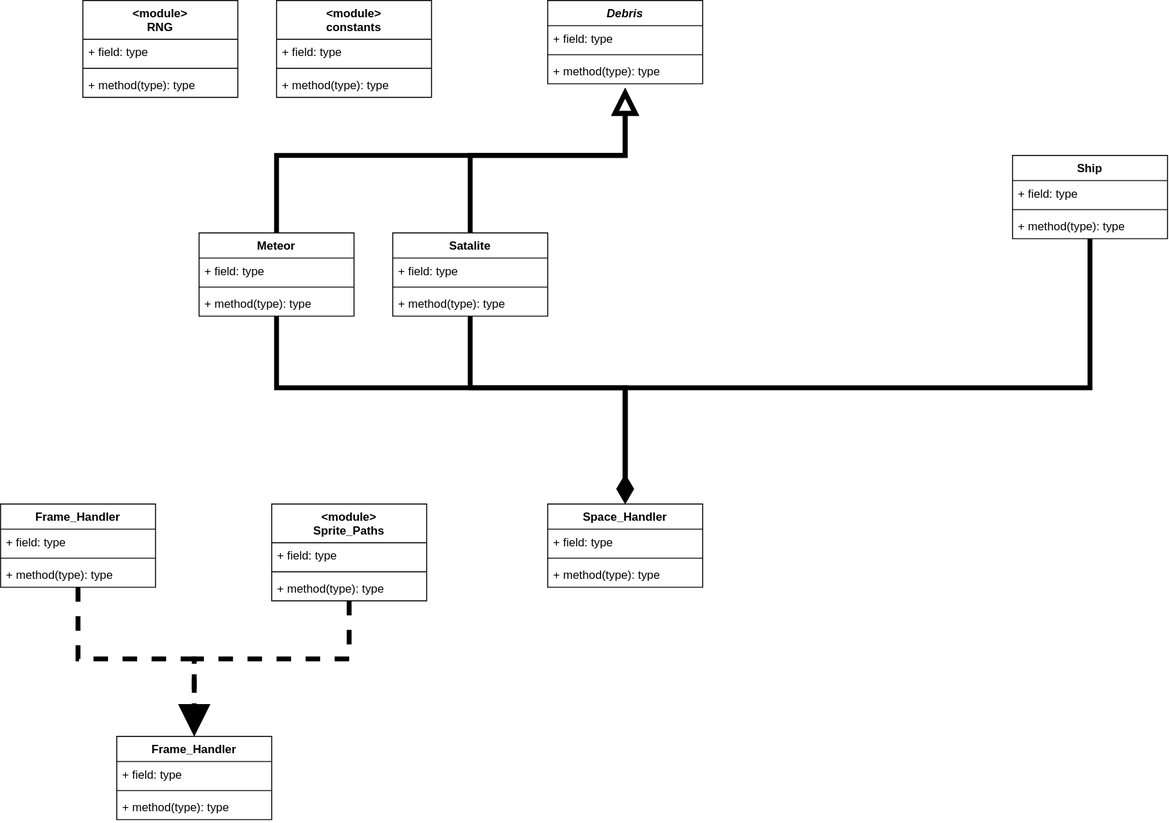
Above: UML.drawio.svg in CodyPassino/Space-Janitor (draw.io), before the change. Source tidied: cells renumbered, new cells last; positions are measured from the earlier drawing's top-left corner, leaving out a move shared by most shapes.
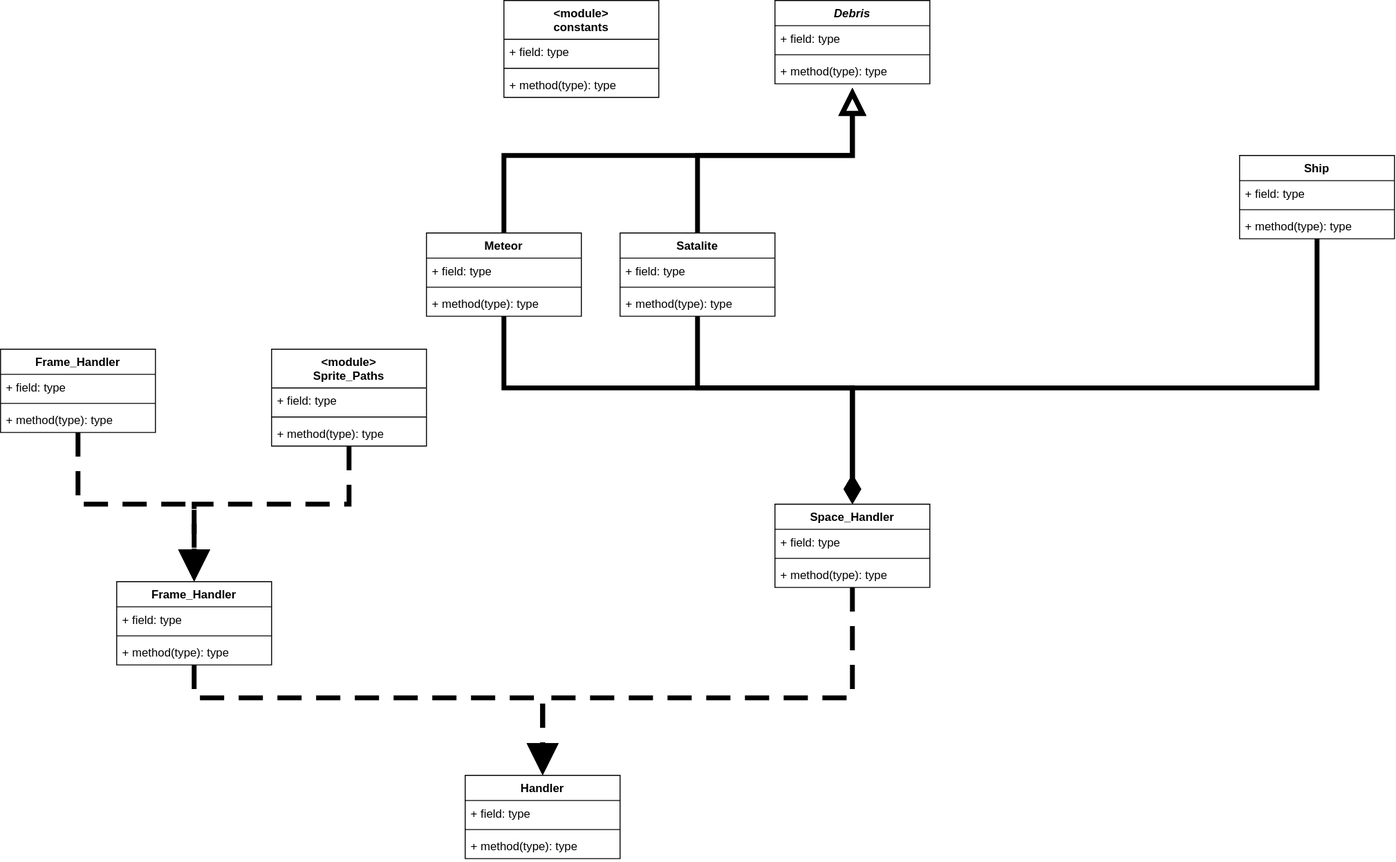
The same file after the commit.

Commit message:
add uml frame

Change to the diagram source:
```diff
@@ -35,6 +35,14 @@
     <mxCell id="10" value="+ method(type): type" style="text;strokeColor=none;fillColor=none;align=left;verticalAlign=top;spacingLeft=4;spacingRight=4;overflow=hidden;whiteSpace=wrap;html=1;" parent="7" vertex="1">
       <mxGeometry y="60" width="160" height="26" as="geometry" />
     </mxCell>
+    <mxCell id="49" style="edgeStyle=orthogonalEdgeStyle;shape=connector;curved=0;rounded=0;jumpStyle=none;jumpSize=6;html=1;entryX=0.5;entryY=0;entryDx=0;entryDy=0;dashed=1;strokeColor=default;strokeWidth=5;align=center;verticalAlign=middle;fontFamily=Helvetica;fontSize=11;fontColor=default;labelBackgroundColor=default;startSize=0;endArrow=block;endFill=1;endSize=20;dashPattern=5 3;" parent="1" edge="1" source="11" target="51">
+      <mxGeometry relative="1" as="geometry">
+        <Array as="points">
+          <mxPoint x="645" y="720" />
+          <mxPoint x="325" y="720" />
+        </Array>
+      </mxGeometry>
+    </mxCell>
     <mxCell id="11" value="Space_Handler" style="swimlane;fontStyle=1;align=center;verticalAlign=top;horizontal=1;startSize=26;whiteSpace=wrap;html=1;" parent="1" vertex="1">
       <mxGeometry x="565" y="520" width="160" height="86" as="geometry" />
     </mxCell>
@@ -116,28 +124,16 @@
     <mxCell id="30" value="+ method(type): type" style="text;strokeColor=none;fillColor=none;align=left;verticalAlign=top;spacingLeft=4;spacingRight=4;overflow=hidden;whiteSpace=wrap;html=1;" parent="27" vertex="1">
       <mxGeometry y="74" width="160" height="26" as="geometry" />
     </mxCell>
-    <mxCell id="31" value="&lt;div&gt;&amp;lt;module&amp;gt;&lt;/div&gt;RNG" style="swimlane;fontStyle=1;align=center;verticalAlign=top;horizontal=1;startSize=40;whiteSpace=wrap;html=1;" parent="1" vertex="1">
-      <mxGeometry x="85" width="160" height="100" as="geometry" />
-    </mxCell>
-    <mxCell id="32" value="+ field: type" style="text;strokeColor=none;fillColor=none;align=left;verticalAlign=top;spacingLeft=4;spacingRight=4;overflow=hidden;whiteSpace=wrap;html=1;" parent="31" vertex="1">
-      <mxGeometry y="40" width="160" height="26" as="geometry" />
-    </mxCell>
-    <mxCell id="33" style="line;strokeWidth=1;fillColor=none;align=left;verticalAlign=middle;spacingTop=-1;spacingLeft=3;spacingRight=3;labelPosition=right;strokeColor=inherit;labelPerimeter=1;" parent="31" vertex="1">
-      <mxGeometry y="66" width="160" height="8" as="geometry" />
-    </mxCell>
-    <mxCell id="34" value="+ method(type): type" style="text;strokeColor=none;fillColor=none;align=left;verticalAlign=top;spacingLeft=4;spacingRight=4;overflow=hidden;whiteSpace=wrap;html=1;" parent="31" vertex="1">
-      <mxGeometry y="74" width="160" height="26" as="geometry" />
-    </mxCell>
-    <mxCell id="35" style="edgeStyle=orthogonalEdgeStyle;shape=connector;curved=0;rounded=0;jumpStyle=none;jumpSize=6;html=1;entryX=0.5;entryY=0;entryDx=0;entryDy=0;dashed=1;strokeColor=default;strokeWidth=5;align=center;verticalAlign=middle;fontFamily=Helvetica;fontSize=11;fontColor=default;labelBackgroundColor=default;startSize=0;endArrow=block;endFill=1;endSize=20;" parent="1" edge="1" source="36" target="40">
+    <mxCell id="35" style="edgeStyle=orthogonalEdgeStyle;shape=connector;curved=0;rounded=0;jumpStyle=none;jumpSize=6;html=1;entryX=0.5;entryY=0;entryDx=0;entryDy=0;dashed=1;strokeColor=default;strokeWidth=5;align=center;verticalAlign=middle;fontFamily=Helvetica;fontSize=11;fontColor=default;labelBackgroundColor=default;startSize=0;endArrow=block;endFill=1;endSize=20;dashPattern=5 3;" parent="1" edge="1" source="36" target="40">
       <mxGeometry relative="1" as="geometry">
         <Array as="points">
-          <mxPoint x="360" y="680" />
-          <mxPoint x="200" y="680" />
+          <mxPoint x="125" y="520" />
+          <mxPoint x="-35" y="520" />
         </Array>
       </mxGeometry>
     </mxCell>
     <mxCell id="36" value="&lt;div&gt;&amp;lt;module&amp;gt;&lt;/div&gt;Sprite_Paths" style="swimlane;fontStyle=1;align=center;verticalAlign=top;horizontal=1;startSize=40;whiteSpace=wrap;html=1;" parent="1" vertex="1">
-      <mxGeometry x="280" y="520" width="160" height="100" as="geometry" />
+      <mxGeometry x="45" y="360" width="160" height="100" as="geometry" />
     </mxCell>
     <mxCell id="37" value="+ field: type" style="text;strokeColor=none;fillColor=none;align=left;verticalAlign=top;spacingLeft=4;spacingRight=4;overflow=hidden;whiteSpace=wrap;html=1;" parent="36" vertex="1">
       <mxGeometry y="40" width="160" height="26" as="geometry" />
@@ -148,8 +144,16 @@
     <mxCell id="39" value="+ method(type): type" style="text;strokeColor=none;fillColor=none;align=left;verticalAlign=top;spacingLeft=4;spacingRight=4;overflow=hidden;whiteSpace=wrap;html=1;" parent="36" vertex="1">
       <mxGeometry y="74" width="160" height="26" as="geometry" />
     </mxCell>
+    <mxCell id="50" style="edgeStyle=orthogonalEdgeStyle;shape=connector;curved=0;rounded=0;jumpStyle=none;jumpSize=6;html=1;entryX=0.5;entryY=0;entryDx=0;entryDy=0;dashed=1;strokeColor=default;strokeWidth=5;align=center;verticalAlign=middle;fontFamily=Helvetica;fontSize=11;fontColor=default;labelBackgroundColor=default;startSize=0;endArrow=block;endFill=1;endSize=20;dashPattern=5 3;" parent="1" edge="1" source="40" target="51">
+      <mxGeometry relative="1" as="geometry">
+        <Array as="points">
+          <mxPoint x="-35" y="720" />
+          <mxPoint x="325" y="720" />
+        </Array>
+      </mxGeometry>
+    </mxCell>
     <mxCell id="40" value="Frame_Handler" style="swimlane;fontStyle=1;align=center;verticalAlign=top;horizontal=1;startSize=26;whiteSpace=wrap;html=1;" parent="1" vertex="1">
-      <mxGeometry x="120" y="760" width="160" height="86" as="geometry" />
+      <mxGeometry x="-115" y="600" width="160" height="86" as="geometry" />
     </mxCell>
     <mxCell id="41" value="+ field: type" style="text;strokeColor=none;fillColor=none;align=left;verticalAlign=top;spacingLeft=4;spacingRight=4;overflow=hidden;whiteSpace=wrap;html=1;" parent="40" vertex="1">
       <mxGeometry y="26" width="160" height="26" as="geometry" />
@@ -160,16 +164,16 @@
     <mxCell id="43" value="+ method(type): type" style="text;strokeColor=none;fillColor=none;align=left;verticalAlign=top;spacingLeft=4;spacingRight=4;overflow=hidden;whiteSpace=wrap;html=1;" parent="40" vertex="1">
       <mxGeometry y="60" width="160" height="26" as="geometry" />
     </mxCell>
-    <mxCell id="44" style="edgeStyle=orthogonalEdgeStyle;shape=connector;curved=0;rounded=0;jumpStyle=none;jumpSize=6;html=1;entryX=0.5;entryY=0;entryDx=0;entryDy=0;dashed=1;strokeColor=default;strokeWidth=5;align=center;verticalAlign=middle;fontFamily=Helvetica;fontSize=11;fontColor=default;labelBackgroundColor=default;startSize=0;endArrow=block;endFill=1;endSize=20;" parent="1" edge="1" source="45" target="40">
+    <mxCell id="44" style="edgeStyle=orthogonalEdgeStyle;shape=connector;curved=0;rounded=0;jumpStyle=none;jumpSize=6;html=1;entryX=0.5;entryY=0;entryDx=0;entryDy=0;dashed=1;strokeColor=default;strokeWidth=5;align=center;verticalAlign=middle;fontFamily=Helvetica;fontSize=11;fontColor=default;labelBackgroundColor=default;startSize=0;endArrow=block;endFill=1;endSize=20;dashPattern=5 3;" parent="1" edge="1" source="45" target="40">
       <mxGeometry relative="1" as="geometry">
         <Array as="points">
-          <mxPoint x="80" y="680" />
-          <mxPoint x="200" y="680" />
+          <mxPoint x="-155" y="520" />
+          <mxPoint x="-35" y="520" />
         </Array>
       </mxGeometry>
     </mxCell>
     <mxCell id="45" value="Frame_Handler" style="swimlane;fontStyle=1;align=center;verticalAlign=top;horizontal=1;startSize=26;whiteSpace=wrap;html=1;" parent="1" vertex="1">
-      <mxGeometry y="520" width="160" height="86" as="geometry" />
+      <mxGeometry x="-235" y="360" width="160" height="86" as="geometry" />
     </mxCell>
     <mxCell id="46" value="+ field: type" style="text;strokeColor=none;fillColor=none;align=left;verticalAlign=top;spacingLeft=4;spacingRight=4;overflow=hidden;whiteSpace=wrap;html=1;" parent="45" vertex="1">
       <mxGeometry y="26" width="160" height="26" as="geometry" />
@@ -180,5 +184,17 @@
     <mxCell id="48" value="+ method(type): type" style="text;strokeColor=none;fillColor=none;align=left;verticalAlign=top;spacingLeft=4;spacingRight=4;overflow=hidden;whiteSpace=wrap;html=1;" parent="45" vertex="1">
       <mxGeometry y="60" width="160" height="26" as="geometry" />
     </mxCell>
+    <mxCell id="51" value="Handler" style="swimlane;fontStyle=1;align=center;verticalAlign=top;horizontal=1;startSize=26;whiteSpace=wrap;html=1;" parent="1" vertex="1">
+      <mxGeometry x="245" y="800" width="160" height="86" as="geometry" />
+    </mxCell>
+    <mxCell id="32" value="+ field: type" style="text;strokeColor=none;fillColor=none;align=left;verticalAlign=top;spacingLeft=4;spacingRight=4;overflow=hidden;whiteSpace=wrap;html=1;" parent="51" vertex="1">
+      <mxGeometry y="26" width="160" height="26" as="geometry" />
+    </mxCell>
+    <mxCell id="52" style="line;strokeWidth=1;fillColor=none;align=left;verticalAlign=middle;spacingTop=-1;spacingLeft=3;spacingRight=3;labelPosition=right;strokeColor=inherit;labelPerimeter=1;" parent="51" vertex="1">
+      <mxGeometry y="52" width="160" height="8" as="geometry" />
+    </mxCell>
+    <mxCell id="34" value="+ method(type): type" style="text;strokeColor=none;fillColor=none;align=left;verticalAlign=top;spacingLeft=4;spacingRight=4;overflow=hidden;whiteSpace=wrap;html=1;" parent="51" vertex="1">
+      <mxGeometry y="60" width="160" height="26" as="geometry" />
+    </mxCell>
   </root>
 </mxGraphModel>
```
